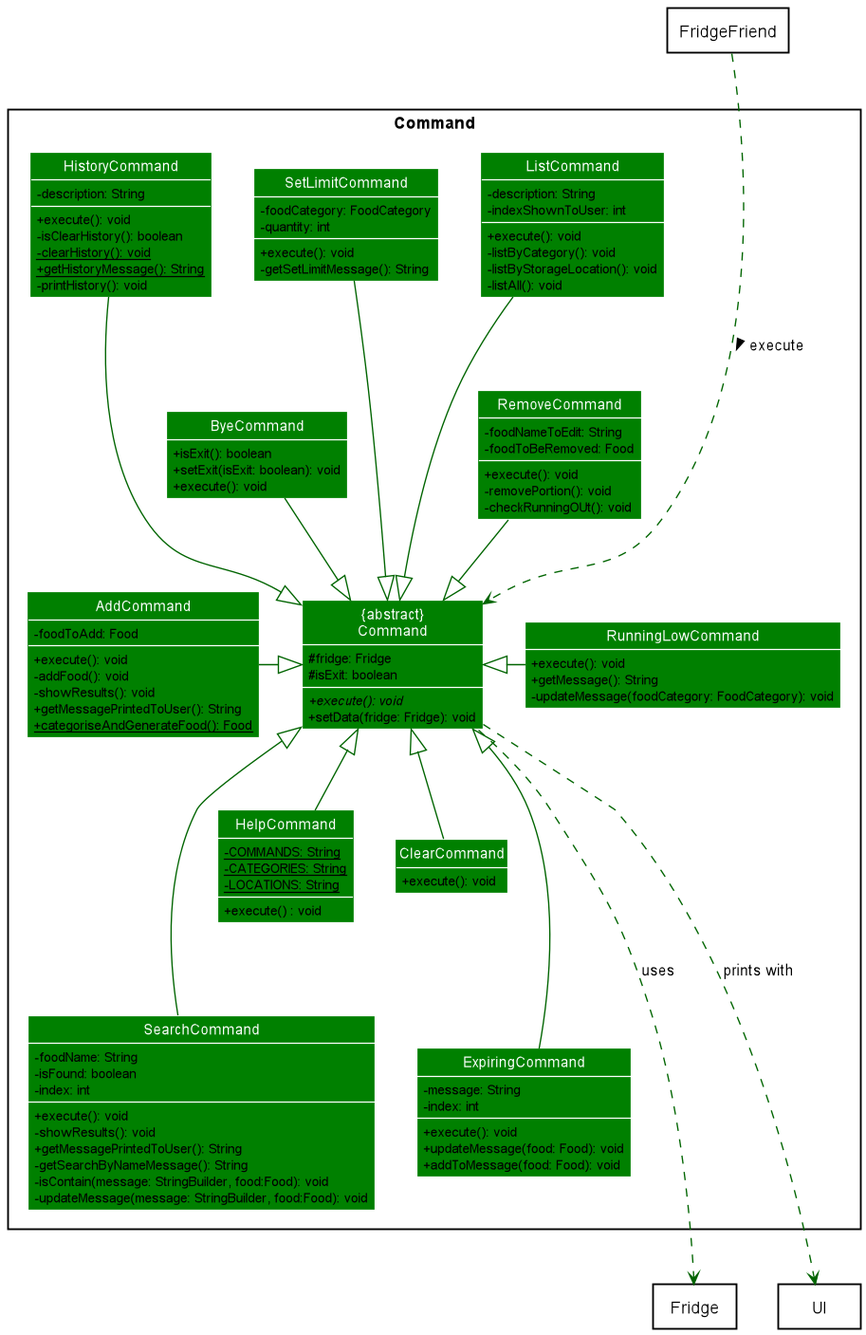
Earlier version of the PlantUML export docs/diagrams/diagram_images/CommandClassDiagram.png (nus-cs2113-AY2021S2/tp).
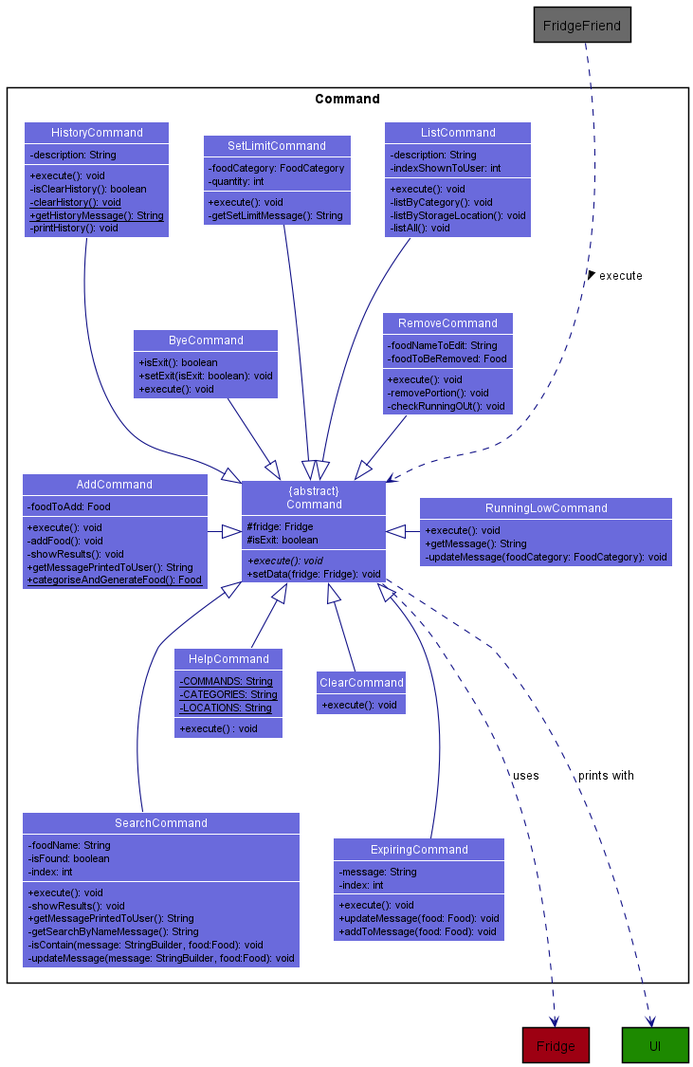
After the commit.

Change to the diagram source:
```diff
@@ -2,8 +2,8 @@
 !include style.puml
 
 skinparam arrowThickness 1.1
-skinparam arrowColor DarkGreen
-skinparam classBackgroundColor Green
+skinparam arrowColor COMMAND_COLOR_T4
+skinparam classBackgroundColor COMMAND_COLOR_T2
 skinparam classAttributeIconSize 0
 
 package Command <<Rectangle>> {
@@ -21,13 +21,13 @@
     Class HistoryCommand
 }
 
-package Fridge <<Rectangle>>  {
+package Fridge <<Rectangle>> FOOD_COLOR {
 }
 
-package FridgeFriend <<Rectangle>> {
+package FridgeFriend <<Rectangle>> FRIDGEFRIEND_COLOR {
 }
 
-package UI <<Rectangle>> {
+package UI <<Rectangle>> UTILITIES_COLOR {
 }
 
 class Command {
```
